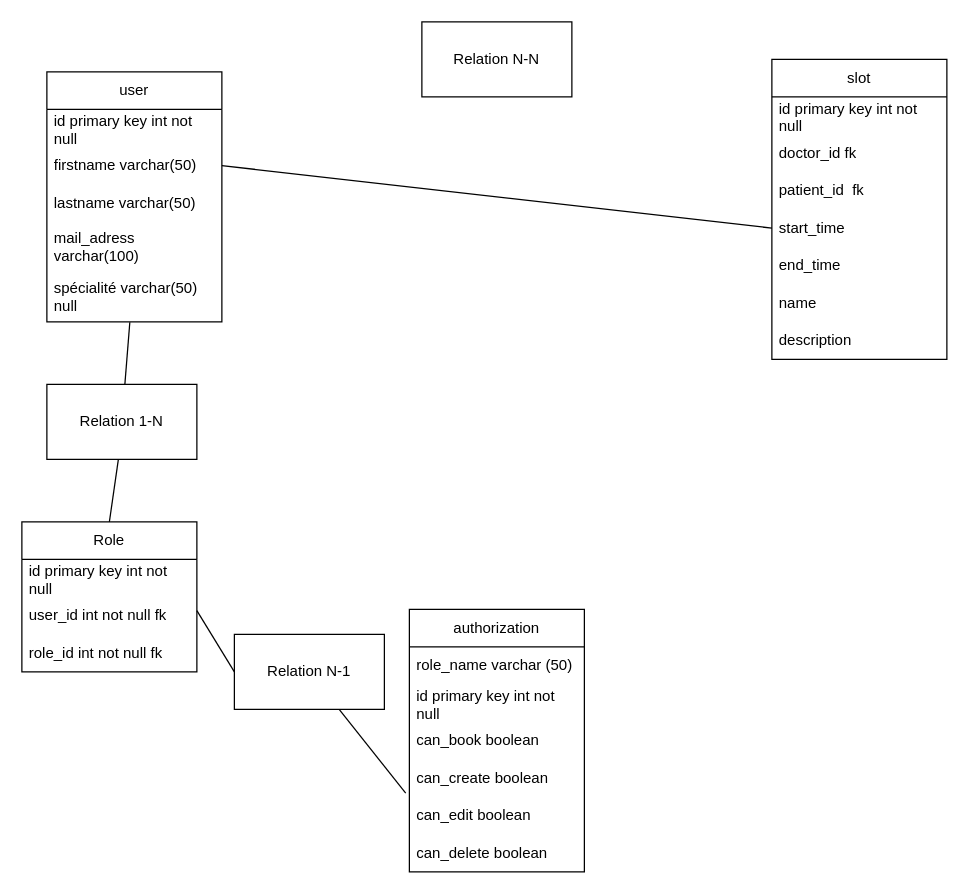
This is Diagramme sans nom.drawio from mathiasSuchail/diagram, a draw.io file, before an edit. Source tidied: cells renumbered, new cells numbered last; positions are measured from the earlier drawing's top-left corner, leaving out a move shared by most shapes. Both pictures are drawn from the tidied source at 125%, with x=0, y=0 at pixel (21, 21).
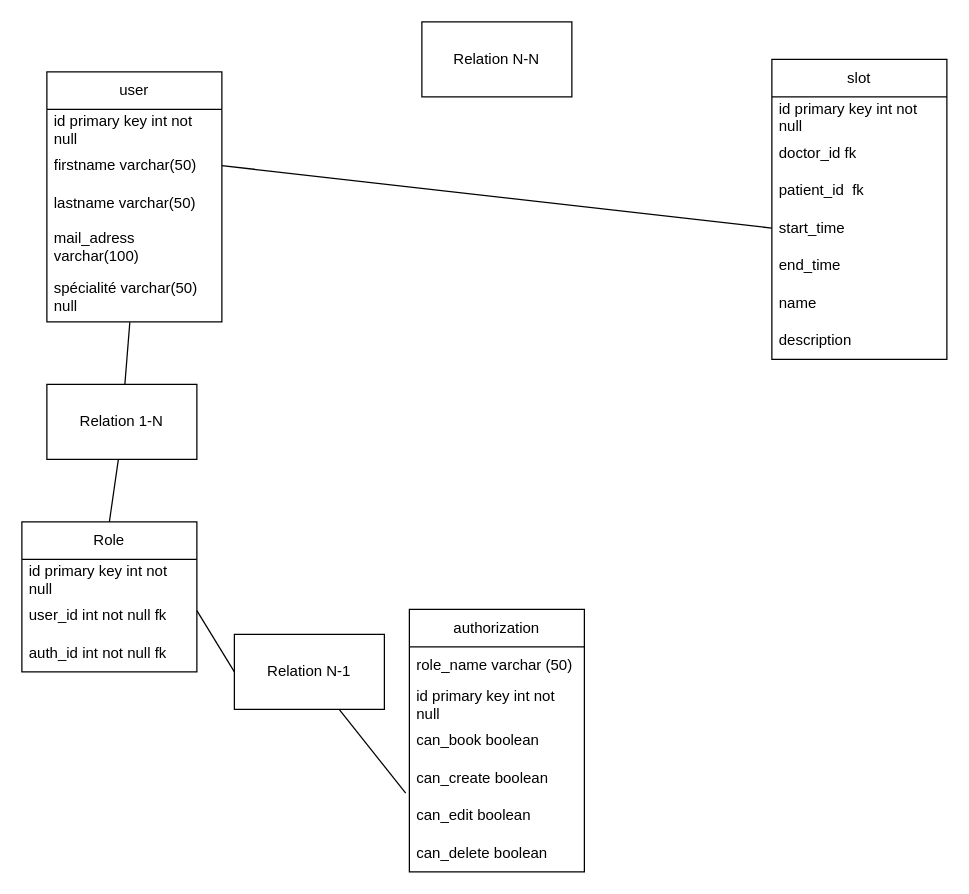
The same page after the edit.

Commit message:
Mettre à jour Diagramme sans nom.drawio

Unchanged cells that the change refers to:
```xml
<mxCell id="25" value="Role" style="swimlane;fontStyle=0;horizontal=1;startSize=30;whiteSpace=wrap;html=1;" parent="1" vertex="1">
  <mxGeometry y="400" width="140" height="120" as="geometry" />
</mxCell>
```

The edit, as a diff of the source:
```diff
@@
-    <mxCell id="28" value="role_id int not null fk" style="text;strokeColor=none;fillColor=none;align=left;verticalAlign=middle;spacingLeft=4;spacingRight=4;overflow=hidden;whiteSpace=wrap;html=1;" parent="25" vertex="1">
+    <mxCell id="28" value="auth_id int not null fk" style="text;strokeColor=none;fillColor=none;align=left;verticalAlign=middle;spacingLeft=4;spacingRight=4;overflow=hidden;whiteSpace=wrap;html=1;" parent="25" vertex="1">
       <mxGeometry y="90" width="140" height="30" as="geometry" />
     </mxCell>
```
